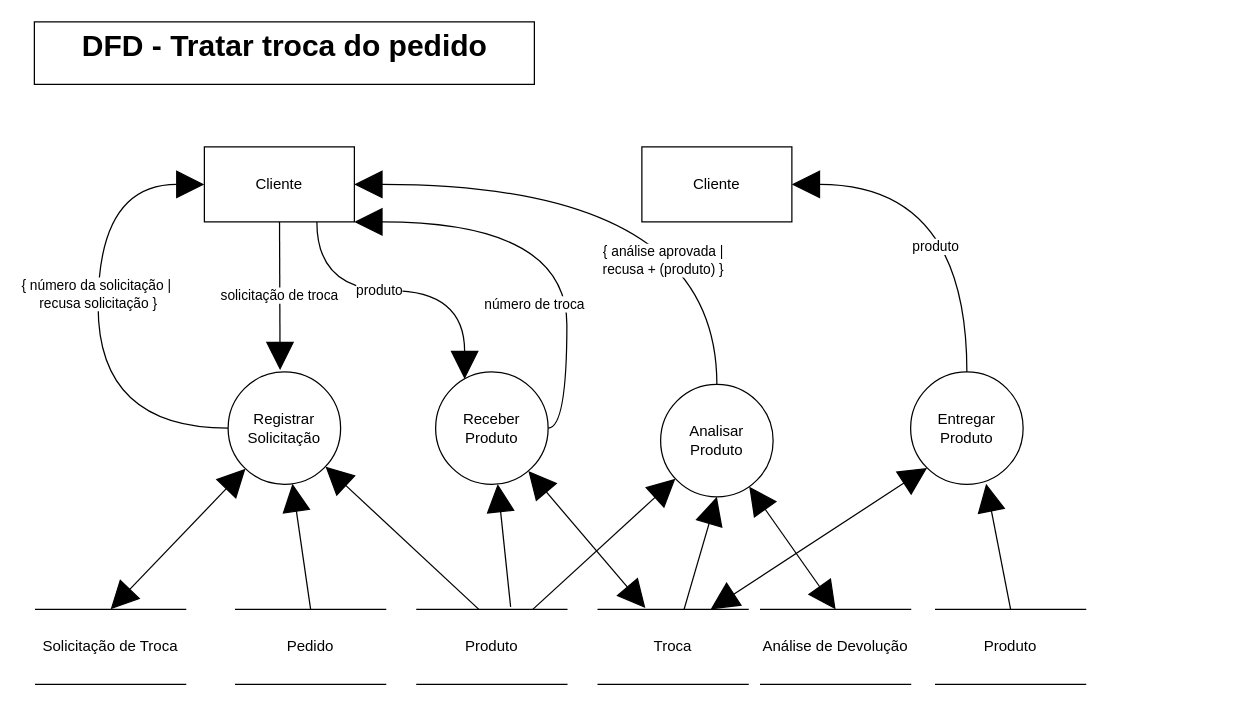
Earlier version of the draw.io diagram Documentation/DFD Essencial para cada Capacidade/DFD Tratar troca do pedido.drawio (Systematicos/FindingApp). Source tidied: cells renumbered, new cells numbered last; positions are measured from the earlier drawing's top-left corner, leaving out a move shared by most shapes. Both pictures are drawn from the tidied source at 125%, with x=0, y=0 at pixel (28, 21).
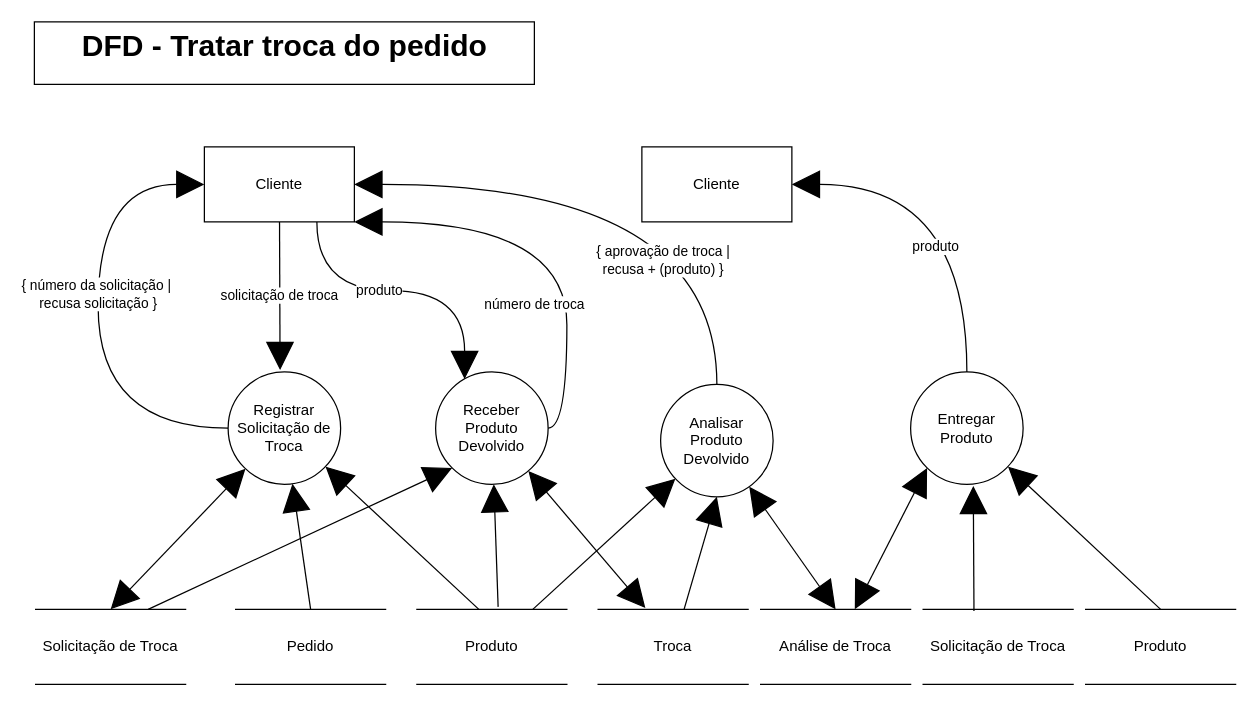
Above is the later version.

Unchanged cells that the change refers to:
```xml
<mxCell id="2" value="Solicitação de Troca" style="shape=partialRectangle;whiteSpace=wrap;html=1;left=0;right=0;fillColor=none;" parent="1" vertex="1">
  <mxGeometry x="6" y="470" width="120" height="60" as="geometry" />
</mxCell>
<mxCell id="21" style="edgeStyle=orthogonalEdgeStyle;rounded=0;jettySize=auto;html=1;exitX=0.5;exitY=0;exitDx=0;exitDy=0;entryX=1;entryY=0.5;entryDx=0;entryDy=0;startArrow=none;startFill=0;startSize=20;endArrow=block;endFill=1;endSize=20;curved=1;" parent="1" edge="1" source="23" target="8">
  <mxGeometry relative="1" as="geometry" />
</mxCell>
<mxCell id="29" value="Troca" style="shape=partialRectangle;whiteSpace=wrap;html=1;left=0;right=0;fillColor=none;" parent="1" vertex="1">
  <mxGeometry x="456" y="470" width="120" height="60" as="geometry" />
</mxCell>
```

Change to the diagram source:
```diff
@@
-    <mxCell id="12" value="Registrar Solicitação" style="ellipse;whiteSpace=wrap;html=1;" parent="1" vertex="1">
+    <mxCell id="12" value="Registrar Solicitação de Troca" style="ellipse;whiteSpace=wrap;html=1;fillColor=#FFFFFF;" parent="1" vertex="1">
       <mxGeometry x="160" y="280" width="90" height="90" as="geometry" />
     </mxCell>
     <mxCell id="13" style="rounded=0;jettySize=auto;html=1;startArrow=block;startFill=1;startSize=20;endArrow=none;endFill=0;endSize=20;" parent="1" edge="1" source="15">
       <mxGeometry relative="1" as="geometry">
-        <mxPoint x="386" y="468" as="targetPoint" />
+        <mxPoint x="376" y="468" as="targetPoint" />
       </mxGeometry>
     </mxCell>
@@
+    <mxCell id="34" style="edgeStyle=none;rounded=0;jettySize=auto;html=1;exitX=0;exitY=1;exitDx=0;exitDy=0;entryX=0.75;entryY=0;entryDx=0;entryDy=0;startArrow=block;startFill=1;endArrow=none;endFill=0;startSize=20;endSize=20;strokeColor=#000000;" parent="1" edge="1" source="15" target="2">
+      <mxGeometry relative="1" as="geometry" />
+    </mxCell>
-    <mxCell id="15" value="Receber Produto" style="ellipse;whiteSpace=wrap;html=1;" parent="1" vertex="1">
+    <mxCell id="15" value="Receber Produto Devolvido" style="ellipse;whiteSpace=wrap;html=1;fillColor=#FFFFFF;" parent="1" vertex="1">
       <mxGeometry x="326" y="280" width="90" height="90" as="geometry" />
     </mxCell>
@@
-    <mxCell id="22" value="{ análise aprovada |&lt;br&gt;recusa + (produto) }" style="edgeLabel;html=1;align=center;verticalAlign=middle;" parent="21" vertex="1">
+    <mxCell id="22" value="{ aprovação de troca |&lt;br&gt;recusa + (produto) }" style="edgeLabel;html=1;align=center;verticalAlign=middle;" parent="21" vertex="1">
       <mxGeometry x="0.01" y="38" relative="1" as="geometry">
         <mxPoint x="23.3" y="22" as="offset" />
       </mxGeometry>
     </mxCell>
-    <mxCell id="23" value="Analisar&lt;br&gt;Produto" style="ellipse;whiteSpace=wrap;html=1;" parent="1" vertex="1">
+    <mxCell id="23" value="Analisar&lt;br&gt;Produto Devolvido" style="ellipse;whiteSpace=wrap;html=1;fillColor=#FFFFFF;" parent="1" vertex="1">
       <mxGeometry x="506" y="290" width="90" height="90" as="geometry" />
     </mxCell>
@@
-    <mxCell id="25" value="Análise de Devolução" style="shape=partialRectangle;whiteSpace=wrap;html=1;left=0;right=0;fillColor=none;" parent="1" vertex="1">
+    <mxCell id="25" value="Análise de Troca" style="shape=partialRectangle;whiteSpace=wrap;html=1;left=0;right=0;fillColor=none;" parent="1" vertex="1">
       <mxGeometry x="586" y="470" width="120" height="60" as="geometry" />
     </mxCell>
@@
-    <mxCell id="30" style="rounded=0;jettySize=auto;html=1;exitX=0;exitY=1;exitDx=0;exitDy=0;entryX=0.75;entryY=0;entryDx=0;entryDy=0;startArrow=block;startFill=1;endSize=20;startSize=20;endArrow=block;endFill=1;" parent="1" edge="1" source="32" target="29">
+    <mxCell id="30" style="rounded=0;jettySize=auto;html=1;exitX=0;exitY=1;exitDx=0;exitDy=0;startArrow=block;startFill=1;endSize=20;startSize=20;endArrow=block;endFill=1;" parent="1" edge="1" source="32" target="25">
       <mxGeometry relative="1" as="geometry" />
     </mxCell>
-    <mxCell id="31" style="edgeStyle=none;rounded=0;jettySize=auto;html=1;exitX=0.671;exitY=0.995;exitDx=0;exitDy=0;entryX=0.5;entryY=0;entryDx=0;entryDy=0;startArrow=block;startFill=1;startSize=20;endArrow=none;endFill=0;endSize=20;exitPerimeter=0;" parent="1" edge="1" source="32" target="33">
+    <mxCell id="31" style="edgeStyle=none;rounded=0;jettySize=auto;html=1;entryX=0.5;entryY=0;entryDx=0;entryDy=0;startArrow=block;startFill=1;startSize=20;endArrow=none;endFill=0;endSize=20;" parent="1" edge="1" source="32" target="33">
       <mxGeometry relative="1" as="geometry" />
     </mxCell>
-    <mxCell id="32" value="Entregar Produto" style="ellipse;whiteSpace=wrap;html=1;" parent="1" vertex="1">
+    <mxCell id="32" value="Entregar Produto" style="ellipse;whiteSpace=wrap;html=1;fillColor=#FFFFFF;" parent="1" vertex="1">
       <mxGeometry x="706" y="280" width="90" height="90" as="geometry" />
     </mxCell>
     <mxCell id="33" value="Produto" style="shape=partialRectangle;whiteSpace=wrap;html=1;left=0;right=0;fillColor=none;" parent="1" vertex="1">
-      <mxGeometry x="726" y="470" width="120" height="60" as="geometry" />
+      <mxGeometry x="846" y="470" width="120" height="60" as="geometry" />
     </mxCell>
+    <mxCell id="35" style="rounded=0;jettySize=auto;html=1;exitX=0.339;exitY=0.021;exitDx=0;exitDy=0;entryX=0.557;entryY=1.014;entryDx=0;entryDy=0;entryPerimeter=0;endArrow=block;endFill=1;endSize=20;startSize=20;exitPerimeter=0;" parent="1" edge="1" source="36" target="32">
+      <mxGeometry relative="1" as="geometry" />
+    </mxCell>
+    <mxCell id="36" value="Solicitação de Troca" style="shape=partialRectangle;whiteSpace=wrap;html=1;left=0;right=0;fillColor=none;" parent="1" vertex="1">
+      <mxGeometry x="716" y="470" width="120" height="60" as="geometry" />
+    </mxCell>
```
